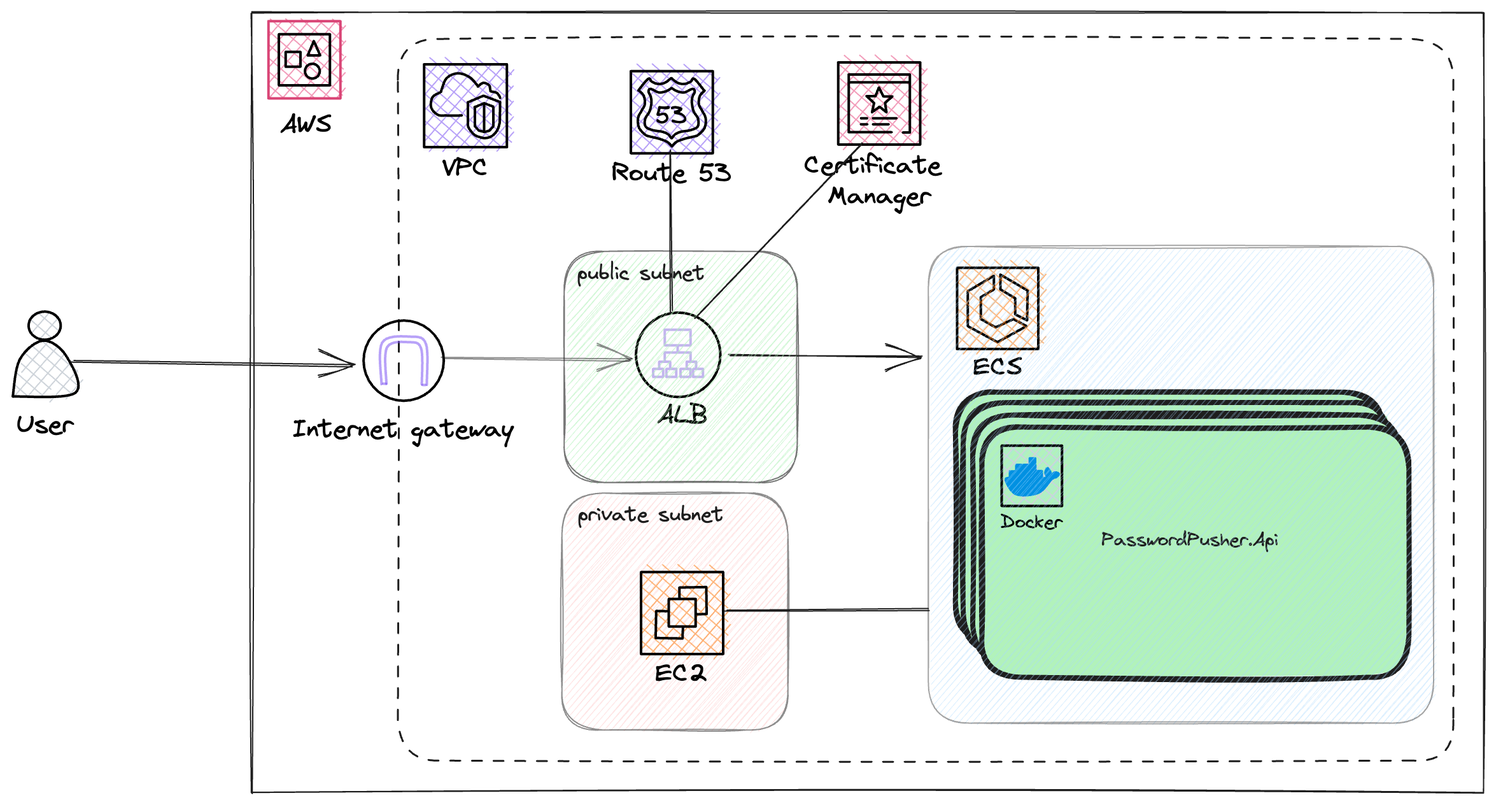
Earlier version of the Excalidraw export docs/password-pusher.png (Jos1k/PasswordPusher). Source tidied: one line per element, renumbered; positions are measured from the earlier drawing's top-left corner, leaving out a move shared by most shapes.
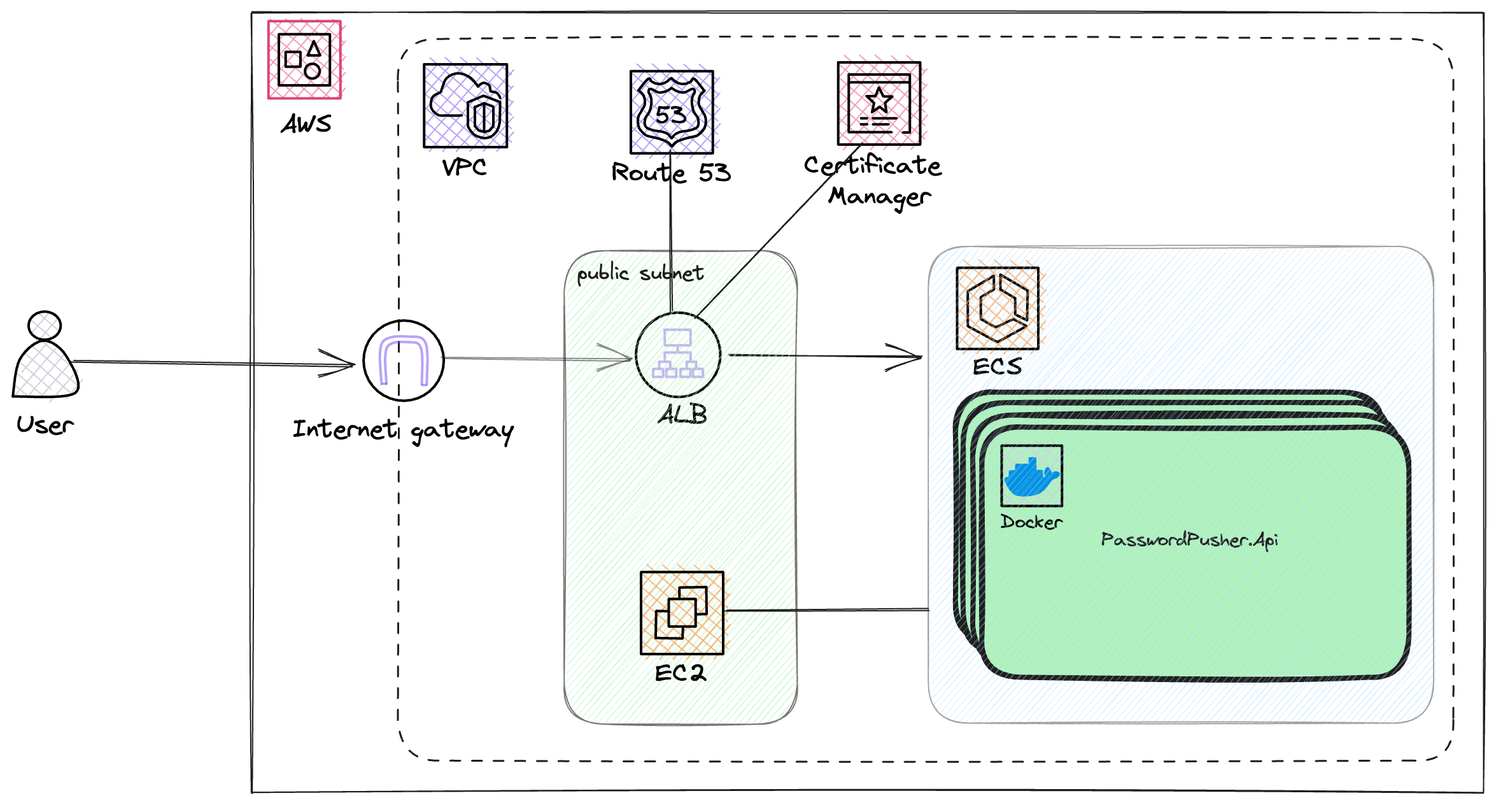
Above is the later version.

Commit message:
moved out of private subnet

Change to the diagram source:
```diff
@@ -58,8 +58,7 @@
 {"id": 57, "type": "line", "strokeColor": "#7950f288", "strokeWidth": 2, "roughness": 0, "round": true, "x": 293, "y": 291, "width": 28, "height": 33, "points": [[0, 0], [0, -29], [18, -33], [27, -28], [28, 1]]}
 {"id": 58, "type": "line", "strokeColor": "#7950f288", "strokeWidth": 2, "roughness": 0, "round": true, "x": 322, "y": 292, "width": 2, "height": 0, "points": [[0, 0], [2, 0]]}
 {"id": 59, "type": "line", "strokeColor": "#7950f288", "strokeWidth": 2, "roughness": 0, "round": true, "x": 291, "y": 291, "width": 2, "height": 0, "points": [[0, 0], [2, 0]]}
-{"id": 60, "type": "rectangle", "strokeColor": "#1e1e1e", "backgroundColor": "#b2f2bb", "fillStyle": "hachure", "strokeWidth": 1, "roughness": 1, "opacity": 60, "round": true, "x": 433, "y": 187, "width": 183, "height": 181}
+{"id": 60, "type": "rectangle", "strokeColor": "#1e1e1e", "backgroundColor": "#b2f2bb", "fillStyle": "hachure", "strokeWidth": 1, "roughness": 1, "opacity": 60, "round": true, "x": 433, "y": 187, "width": 183, "height": 372}
-{"id": 61, "type": "rectangle", "strokeColor": "#1e1e1e", "backgroundColor": "#ffc9c9", "fillStyle": "hachure", "strokeWidth": 1, "roughness": 1, "opacity": 50, "round": true, "x": 431, "y": 377, "width": 177, "height": 186}
 {"id": 62, "type": "rectangle", "strokeColor": "#000000", "backgroundColor": "#fd7e1488", "fillStyle": "cross-hatch", "strokeWidth": 2, "roughness": 0, "x": 493, "y": 439, "width": 64, "height": 64}
 {"id": 63, "type": "rectangle", "strokeColor": "#000000", "strokeWidth": 2, "roughness": 0, "x": 515, "y": 460, "width": 21, "height": 22}
 {"id": 64, "type": "line", "strokeColor": "#000", "angle": 4.73, "backgroundColor": "#ff00", "fillStyle": "solid", "strokeWidth": 2, "roughness": 0, "x": 526, "y": 478, "width": 21, "height": 21, "points": [[0, 0], [0, -8], [-21, -8], [-21, 13], [-13, 13]]}
@@ -85,7 +84,6 @@
 {"id": 84, "type": "line", "strokeColor": "#000000", "strokeWidth": 2, "roughness": 0, "x": 678, "y": 65, "width": 20, "height": 19, "points": [[0, 0], [3, -7], [6, 0], [13, 0], [8, 5], [9, 13], [3, 8], [-3, 13], [-1, 5], [-7, 0], [0, 0]]}
 {"id": 85, "type": "rectangle", "strokeColor": "#1e1e1e", "backgroundColor": "#a5d8ff", "fillStyle": "hachure", "strokeWidth": 1, "roughness": 1, "opacity": 40, "round": true, "x": 719, "y": 183, "width": 397, "height": 374}
 {"id": 86, "type": "text", "text": "public subnet", "strokeColor": "#1e1e1e", "strokeWidth": 1, "roughness": 1, "fontSize": 16, "fontFamily": 1, "x": 444, "y": 195, "width": 100, "height": 20}
-{"id": 87, "type": "text", "text": "private subnet", "strokeColor": "#1e1e1e", "strokeWidth": 1, "roughness": 1, "fontSize": 16, "fontFamily": 1, "x": 444, "y": 385, "width": 114, "height": 20}
 {"id": 88, "type": "line", "strokeColor": "#1e1e1e", "strokeWidth": 1, "roughness": 1, "round": true, "x": 518, "y": 235, "width": 3, "height": 126, "points": [[0, 0], [-3, -126]]}
 {"id": 89, "type": "line", "strokeColor": "#1e1e1e", "strokeWidth": 1, "roughness": 1, "round": true, "x": 537, "y": 240, "width": 130, "height": 138, "points": [[0, 0], [130, -138]]}
 {"id": 90, "type": "line", "strokeColor": "#1e1e1e", "strokeWidth": 1, "roughness": 1, "round": true, "x": 559, "y": 469, "width": 160, "height": 1, "points": [[0, 0], [160, -1]]}
```
